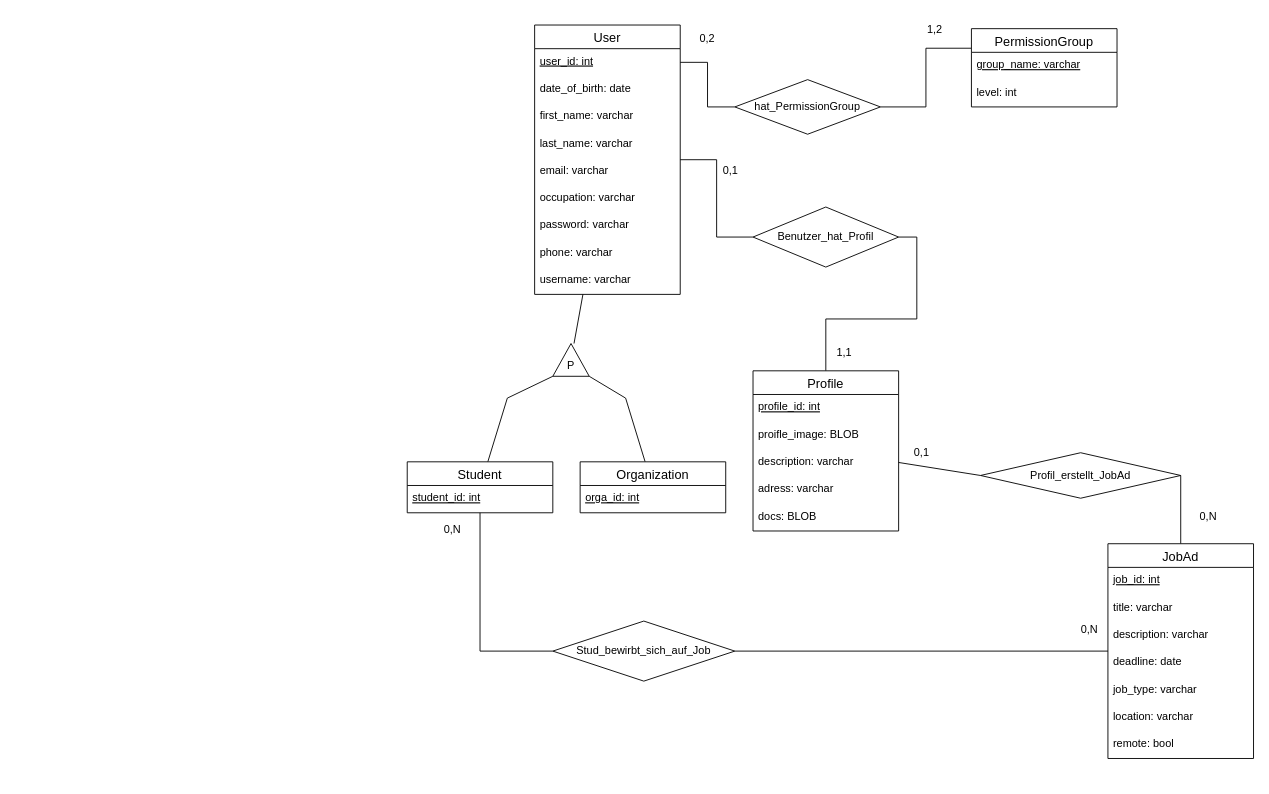
The draw.io diagram page "Semantisch" (2 of 2) of doc/diagram/ERDiagram.drawio in KlaraGolubovic/SE02, before the edit. Source tidied: cells renumbered, new cells numbered last; positions are measured from the earlier drawing's top-left corner, leaving out a move shared by most shapes. Both pictures are drawn from the tidied source at 91%, with x=0, y=0 at pixel (407, 15).
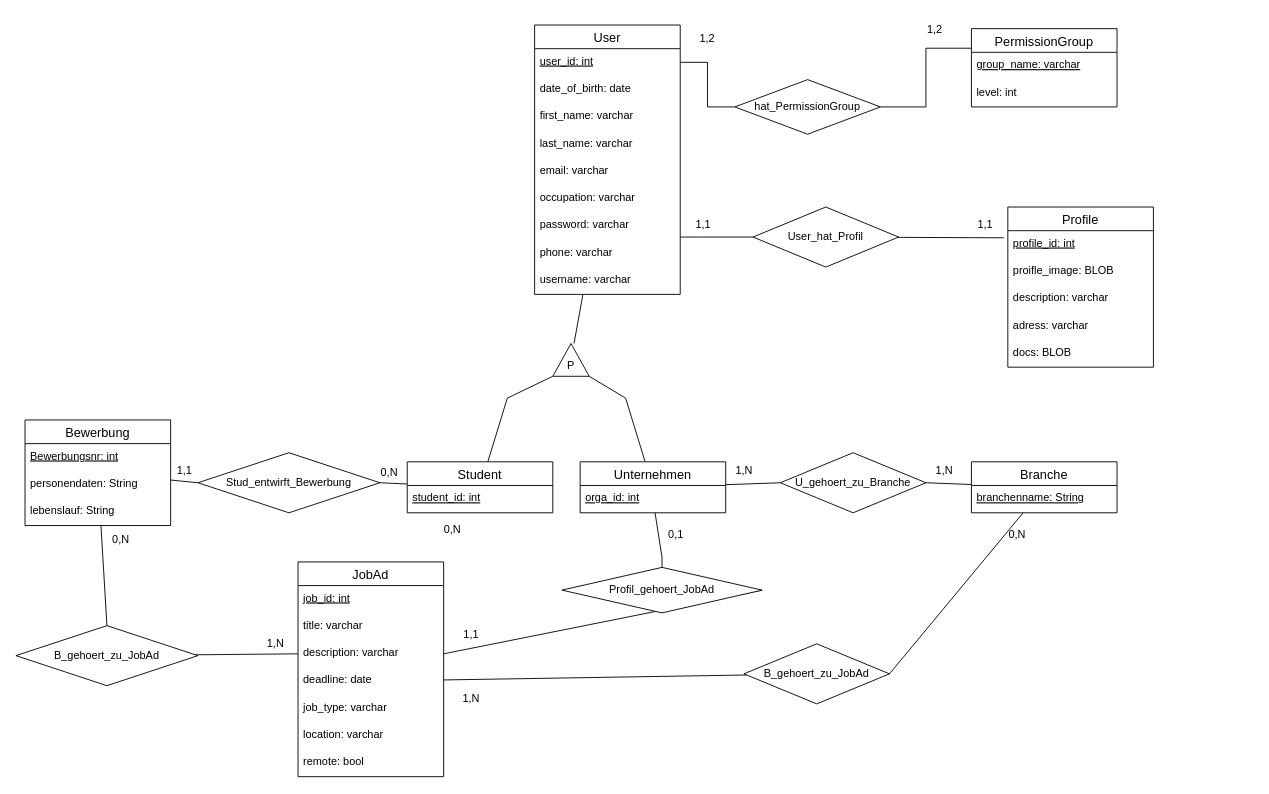
After the change.

Unchanged cells that the change refers to:
```xml
<mxCell id="5" value="User" style="swimlane;fontStyle=0;horizontal=1;startSize=26;align=center;fontSize=14;" parent="1" vertex="1">
  <mxGeometry x="140" y="10" width="160" height="296" as="geometry" />
</mxCell>
<mxCell id="18" value="profile_id: int" style="text;strokeColor=none;fillColor=none;spacingLeft=4;spacingRight=4;overflow=hidden;points=[[0,0.5],[1,0.5]];portConstraint=eastwest;fontSize=12;fontStyle=4;" parent="17" vertex="1">
  <mxGeometry y="26" width="160" height="30" as="geometry" />
</mxCell>
<mxCell id="34" value="description: varchar" style="text;strokeColor=none;fillColor=none;spacingLeft=4;spacingRight=4;overflow=hidden;points=[[0,0.5],[1,0.5]];portConstraint=eastwest;fontSize=12;" parent="31" vertex="1">
  <mxGeometry y="86" width="160" height="30" as="geometry" />
</mxCell>
<mxCell id="35" value="deadline: date" style="text;strokeColor=none;fillColor=none;spacingLeft=4;spacingRight=4;overflow=hidden;points=[[0,0.5],[1,0.5]];portConstraint=eastwest;fontSize=12;" parent="31" vertex="1">
  <mxGeometry y="116" width="160" height="30" as="geometry" />
</mxCell>
<mxCell id="42" value="Student" style="swimlane;fontStyle=0;horizontal=1;startSize=26;align=center;fontSize=14;" parent="1" vertex="1">
  <mxGeometry y="490" width="160" height="56" as="geometry" />
</mxCell>
<mxCell id="46" value="orga_id: int" style="text;strokeColor=none;fillColor=none;spacingLeft=4;spacingRight=4;overflow=hidden;points=[[0,0.5],[1,0.5]];portConstraint=eastwest;fontSize=12;fontStyle=4;" parent="45" vertex="1">
  <mxGeometry y="26" width="160" height="30" as="geometry" />
</mxCell>
```

Change to the diagram source:
```diff
@@
     <mxCell id="4" style="edgeStyle=orthogonalEdgeStyle;rounded=0;jettySize=auto;html=1;entryX=0;entryY=0.5;entryDx=0;entryDy=0;fontSize=12;endArrow=none;endFill=0;" parent="1" edge="1" source="5" target="27">
-      <mxGeometry relative="1" as="geometry" />
+      <mxGeometry relative="1" as="geometry">
+        <Array as="points">
+          <mxPoint x="320" y="243" />
+          <mxPoint x="320" y="243" />
+        </Array>
+      </mxGeometry>
     </mxCell>
@@
-    <mxCell id="15" style="edgeStyle=orthogonalEdgeStyle;rounded=0;jettySize=auto;html=1;exitX=0.5;exitY=0;exitDx=0;exitDy=0;fontSize=12;endArrow=none;endFill=0;entryX=1;entryY=0.5;entryDx=0;entryDy=0;" parent="1" edge="1" source="17" target="27">
-      <mxGeometry relative="1" as="geometry" />
-    </mxCell>
-    <mxCell id="16" style="rounded=0;jettySize=auto;html=1;entryX=0;entryY=0.5;entryDx=0;entryDy=0;fontSize=12;endArrow=none;endFill=0;" parent="1" edge="1" source="17" target="39">
-      <mxGeometry relative="1" as="geometry" />
+    <mxCell id="16" style="rounded=0;jettySize=auto;html=1;fontSize=12;endArrow=none;endFill=0;" parent="1" edge="1" source="46" target="39">
+      <mxGeometry relative="1" as="geometry">
+        <Array as="points">
+          <mxPoint x="280" y="595" />
+        </Array>
+      </mxGeometry>
     </mxCell>
     <mxCell id="17" value="Profile" style="swimlane;fontStyle=0;horizontal=1;startSize=26;align=center;fontSize=14;" parent="1" vertex="1">
-      <mxGeometry x="380" y="390" width="160" height="176" as="geometry" />
+      <mxGeometry x="660" y="210" width="160" height="176" as="geometry" />
     </mxCell>
@@
+    <mxCell id="58" style="edgeStyle=none;html=1;entryX=-0.028;entryY=0.261;entryDx=0;entryDy=0;entryPerimeter=0;endArrow=none;endFill=0;" parent="1" edge="1" source="27" target="18">
+      <mxGeometry relative="1" as="geometry" />
+    </mxCell>
-    <mxCell id="27" value="Benutzer_hat_Profil" style="shape=rhombus;perimeter=rhombusPerimeter;whiteSpace=wrap;html=1;align=center;fontSize=12;" parent="1" vertex="1">
+    <mxCell id="27" value="User_hat_Profil" style="shape=rhombus;perimeter=rhombusPerimeter;whiteSpace=wrap;html=1;align=center;fontSize=12;" parent="1" vertex="1">
       <mxGeometry x="380" y="210" width="160" height="66" as="geometry" />
     </mxCell>
-    <mxCell id="28" value="0,1" style="text;html=1;align=center;verticalAlign=middle;strokeColor=none;fillColor=none;fontSize=12;" parent="1" vertex="1">
-      <mxGeometry x="340" y="160" width="30" height="20" as="geometry" />
+    <mxCell id="28" value="1,1" style="text;html=1;align=center;verticalAlign=middle;strokeColor=none;fillColor=none;fontSize=12;" parent="1" vertex="1">
+      <mxGeometry x="310" y="220" width="30" height="20" as="geometry" />
     </mxCell>
     <mxCell id="29" value="1,1" style="text;html=1;align=center;verticalAlign=middle;strokeColor=none;fillColor=none;fontSize=12;" parent="1" vertex="1">
-      <mxGeometry x="465" y="360" width="30" height="20" as="geometry" />
+      <mxGeometry x="620" y="220" width="30" height="20" as="geometry" />
     </mxCell>
-    <mxCell id="30" style="rounded=0;jettySize=auto;html=1;entryX=1;entryY=0.5;entryDx=0;entryDy=0;fontSize=12;endArrow=none;endFill=0;" parent="1" edge="1" source="31" target="39">
+    <mxCell id="30" style="rounded=0;jettySize=auto;html=1;entryX=1;entryY=0.5;entryDx=0;entryDy=0;fontSize=12;endArrow=none;endFill=0;exitX=1;exitY=0.5;exitDx=0;exitDy=0;" parent="1" edge="1" source="34" target="39">
       <mxGeometry relative="1" as="geometry" />
     </mxCell>
     <mxCell id="31" value="JobAd" style="swimlane;fontStyle=0;horizontal=1;startSize=26;align=center;fontSize=14;" parent="1" vertex="1">
-      <mxGeometry x="770" y="580" width="160" height="236" as="geometry" />
+      <mxGeometry x="-120" y="600" width="160" height="236" as="geometry" />
     </mxCell>
@@
-    <mxCell id="39" value="Profil_erstellt_JobAd" style="shape=rhombus;perimeter=rhombusPerimeter;whiteSpace=wrap;html=1;align=center;fontSize=12;" parent="1" vertex="1">
-      <mxGeometry x="630" y="480" width="220" height="50" as="geometry" />
+    <mxCell id="39" value="Profil_gehoert_JobAd" style="shape=rhombus;perimeter=rhombusPerimeter;whiteSpace=wrap;html=1;align=center;fontSize=12;" parent="1" vertex="1">
+      <mxGeometry x="170" y="606" width="220" height="50" as="geometry" />
     </mxCell>
@@
-    <mxCell id="41" style="edgeStyle=orthogonalEdgeStyle;rounded=0;jettySize=auto;html=1;entryX=0;entryY=0.5;entryDx=0;entryDy=0;fontSize=12;endArrow=none;endFill=0;" parent="1" edge="1" source="42" target="54">
-      <mxGeometry relative="1" as="geometry">
-        <Array as="points">
-          <mxPoint x="80" y="698" />
-        </Array>
-      </mxGeometry>
-    </mxCell>
+    <mxCell id="59" style="edgeStyle=none;html=1;entryX=1;entryY=0.5;entryDx=0;entryDy=0;endArrow=none;endFill=0;" parent="1" edge="1" source="42" target="68">
+      <mxGeometry relative="1" as="geometry" />
+    </mxCell>
@@
+    <mxCell id="60" style="edgeStyle=none;html=1;entryX=0;entryY=0.5;entryDx=0;entryDy=0;endArrow=none;endFill=0;" parent="1" edge="1" source="45" target="78">
+      <mxGeometry relative="1" as="geometry" />
+    </mxCell>
-    <mxCell id="45" value="Organization" style="swimlane;fontStyle=0;horizontal=1;startSize=26;align=center;fontSize=14;" parent="1" vertex="1">
+    <mxCell id="45" value="Unternehmen" style="swimlane;fontStyle=0;horizontal=1;startSize=26;align=center;fontSize=14;" parent="1" vertex="1">
       <mxGeometry x="190" y="490" width="160" height="56" as="geometry" />
     </mxCell>
@@
-    <mxCell id="50" value="0,2" style="text;html=1;strokeColor=none;fillColor=none;align=center;verticalAlign=middle;whiteSpace=wrap;rounded=0;fontSize=12;" parent="1" vertex="1">
+    <mxCell id="50" value="1,2" style="text;html=1;strokeColor=none;fillColor=none;align=center;verticalAlign=middle;whiteSpace=wrap;rounded=0;fontSize=12;" parent="1" vertex="1">
       <mxGeometry x="300" y="10" width="60" height="30" as="geometry" />
     </mxCell>
@@
     <mxCell id="52" value="0,1" style="text;html=1;align=center;verticalAlign=middle;strokeColor=none;fillColor=none;fontSize=12;" parent="1" vertex="1">
-      <mxGeometry x="550" y="470" width="30" height="20" as="geometry" />
+      <mxGeometry x="280" y="560" width="30" height="20" as="geometry" />
     </mxCell>
-    <mxCell id="53" style="edgeStyle=orthogonalEdgeStyle;rounded=0;jettySize=auto;html=1;fontSize=12;endArrow=none;endFill=0;" parent="1" edge="1" source="54" target="31">
-      <mxGeometry relative="1" as="geometry" />
-    </mxCell>
+    <mxCell id="61" style="edgeStyle=none;html=1;entryX=0;entryY=0.5;entryDx=0;entryDy=0;endArrow=none;endFill=0;" parent="1" edge="1" source="54" target="34">
+      <mxGeometry relative="1" as="geometry" />
+    </mxCell>
-    <mxCell id="54" value="Stud_bewirbt_sich_auf_Job" style="shape=rhombus;perimeter=rhombusPerimeter;whiteSpace=wrap;html=1;align=center;fontSize=12;" parent="1" vertex="1">
-      <mxGeometry x="160" y="665" width="200" height="66" as="geometry" />
+    <mxCell id="54" value="B_gehoert_zu_JobAd" style="shape=rhombus;perimeter=rhombusPerimeter;whiteSpace=wrap;html=1;align=center;fontSize=12;" parent="1" vertex="1">
+      <mxGeometry x="-430" y="670" width="200" height="66" as="geometry" />
     </mxCell>
-    <mxCell id="55" value="0,N" style="text;html=1;align=center;verticalAlign=middle;strokeColor=none;fillColor=none;fontSize=12;" parent="1" vertex="1">
-      <mxGeometry x="865" y="540" width="30" height="20" as="geometry" />
-    </mxCell>
@@
-    <mxCell id="57" value="0,N" style="text;html=1;strokeColor=none;fillColor=none;align=center;verticalAlign=middle;whiteSpace=wrap;rounded=0;fontSize=12;" parent="1" vertex="1">
-      <mxGeometry x="720" y="660" width="60" height="30" as="geometry" />
-    </mxCell>
+    <mxCell id="62" style="edgeStyle=none;html=1;entryX=0;entryY=0.5;entryDx=0;entryDy=0;endArrow=none;endFill=0;" parent="1" edge="1" source="64" target="68">
+      <mxGeometry relative="1" as="geometry" />
+    </mxCell>
+    <mxCell id="63" style="edgeStyle=none;html=1;entryX=0.5;entryY=0;entryDx=0;entryDy=0;endArrow=none;endFill=0;" parent="1" edge="1" source="64" target="54">
+      <mxGeometry relative="1" as="geometry" />
+    </mxCell>
+    <mxCell id="64" value="Bewerbung" style="swimlane;fontStyle=0;horizontal=1;startSize=26;align=center;fontSize=14;" parent="1" vertex="1">
+      <mxGeometry x="-420" y="444" width="160" height="116" as="geometry" />
+    </mxCell>
+    <mxCell id="65" value="Bewerbungsnr: int" style="text;strokeColor=none;fillColor=none;spacingLeft=4;spacingRight=4;overflow=hidden;fontSize=12;fontStyle=4;" parent="64" vertex="1">
+      <mxGeometry y="26" width="160" height="30" as="geometry" />
+    </mxCell>
+    <mxCell id="66" value="personendaten: String" style="text;strokeColor=none;fillColor=none;spacingLeft=4;spacingRight=4;overflow=hidden;fontSize=12;" parent="64" vertex="1">
+      <mxGeometry y="56" width="160" height="30" as="geometry" />
+    </mxCell>
+    <mxCell id="67" value="lebenslauf: String" style="text;strokeColor=none;fillColor=none;spacingLeft=4;spacingRight=4;overflow=hidden;fontSize=12;" parent="64" vertex="1">
+      <mxGeometry y="86" width="160" height="30" as="geometry" />
+    </mxCell>
+    <mxCell id="68" value="Stud_entwirft_Bewerbung" style="shape=rhombus;perimeter=rhombusPerimeter;whiteSpace=wrap;html=1;align=center;fontSize=12;" parent="1" vertex="1">
+      <mxGeometry x="-230" y="480" width="200" height="66" as="geometry" />
+    </mxCell>
+    <mxCell id="69" value="1,1" style="text;html=1;align=center;verticalAlign=middle;strokeColor=none;fillColor=none;" parent="1" vertex="1">
+      <mxGeometry x="-260" y="490" width="30" height="20" as="geometry" />
+    </mxCell>
+    <mxCell id="70" value="0,N" style="text;html=1;align=center;verticalAlign=middle;strokeColor=none;fillColor=none;" parent="1" vertex="1">
+      <mxGeometry x="-35" y="492" width="30" height="20" as="geometry" />
+    </mxCell>
+    <mxCell id="71" value="0,N" style="text;html=1;align=center;verticalAlign=middle;strokeColor=none;fillColor=none;" parent="1" vertex="1">
+      <mxGeometry x="-330" y="566" width="30" height="20" as="geometry" />
+    </mxCell>
+    <mxCell id="72" value="1,N" style="text;html=1;align=center;verticalAlign=middle;strokeColor=none;fillColor=none;" parent="1" vertex="1">
+      <mxGeometry x="-160" y="680" width="30" height="20" as="geometry" />
+    </mxCell>
+    <mxCell id="73" value="1,1" style="text;html=1;align=center;verticalAlign=middle;strokeColor=none;fillColor=none;" parent="1" vertex="1">
+      <mxGeometry x="55" y="670" width="30" height="20" as="geometry" />
+    </mxCell>
+    <mxCell id="74" style="edgeStyle=none;html=1;entryX=1;entryY=0.5;entryDx=0;entryDy=0;endArrow=none;endFill=0;" parent="1" edge="1" source="76" target="78">
+      <mxGeometry relative="1" as="geometry" />
+    </mxCell>
+    <mxCell id="75" style="edgeStyle=none;html=1;endArrow=none;endFill=0;entryX=1;entryY=0.5;entryDx=0;entryDy=0;" parent="1" edge="1" source="76" target="82">
+      <mxGeometry relative="1" as="geometry" />
+    </mxCell>
+    <mxCell id="76" value="Branche" style="swimlane;fontStyle=0;horizontal=1;startSize=26;align=center;fontSize=14;" parent="1" vertex="1">
+      <mxGeometry x="620" y="490" width="160" height="56" as="geometry" />
+    </mxCell>
+    <mxCell id="77" value="branchenname: String" style="text;strokeColor=none;fillColor=none;spacingLeft=4;spacingRight=4;overflow=hidden;fontSize=12;fontStyle=4;" parent="76" vertex="1">
+      <mxGeometry y="26" width="160" height="30" as="geometry" />
+    </mxCell>
+    <mxCell id="78" value="U_gehoert_zu_Branche" style="shape=rhombus;perimeter=rhombusPerimeter;whiteSpace=wrap;html=1;align=center;fontSize=12;" parent="1" vertex="1">
+      <mxGeometry x="410" y="480" width="160" height="66" as="geometry" />
+    </mxCell>
+    <mxCell id="79" value="1,N" style="text;html=1;align=center;verticalAlign=middle;strokeColor=none;fillColor=none;" parent="1" vertex="1">
+      <mxGeometry x="355" y="490" width="30" height="20" as="geometry" />
+    </mxCell>
+    <mxCell id="80" value="1,N" style="text;html=1;align=center;verticalAlign=middle;strokeColor=none;fillColor=none;" parent="1" vertex="1">
+      <mxGeometry x="575" y="490" width="30" height="20" as="geometry" />
+    </mxCell>
+    <mxCell id="81" style="edgeStyle=none;html=1;endArrow=none;endFill=0;" parent="1" edge="1" source="82" target="35">
+      <mxGeometry relative="1" as="geometry" />
+    </mxCell>
+    <mxCell id="82" value="B_gehoert_zu_JobAd" style="shape=rhombus;perimeter=rhombusPerimeter;whiteSpace=wrap;html=1;align=center;fontSize=12;" parent="1" vertex="1">
+      <mxGeometry x="370" y="690" width="160" height="66" as="geometry" />
+    </mxCell>
+    <mxCell id="83" value="0,N" style="text;html=1;align=center;verticalAlign=middle;strokeColor=none;fillColor=none;" parent="1" vertex="1">
+      <mxGeometry x="655" y="560" width="30" height="20" as="geometry" />
+    </mxCell>
+    <mxCell id="84" value="1,N" style="text;html=1;align=center;verticalAlign=middle;strokeColor=none;fillColor=none;" parent="1" vertex="1">
+      <mxGeometry x="55" y="740" width="30" height="20" as="geometry" />
+    </mxCell>
```
